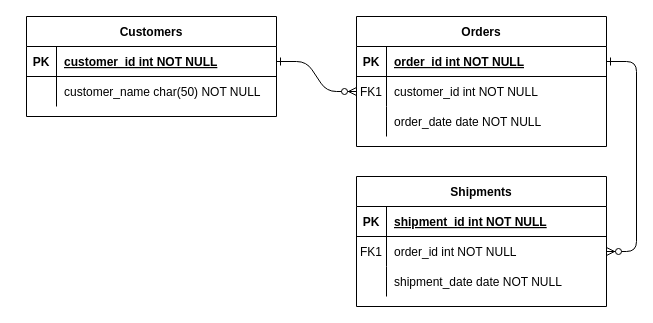
The draw.io diagram Diagram zonder titel.drawio in diederiknl/Waterboarding, before the edit. Source tidied: cells renumbered, new cells numbered last; positions are measured from the earlier drawing's top-left corner, leaving out a move shared by most shapes. Both pictures are drawn from the tidied source at 100%, with x=0, y=0 at pixel (26, 16).
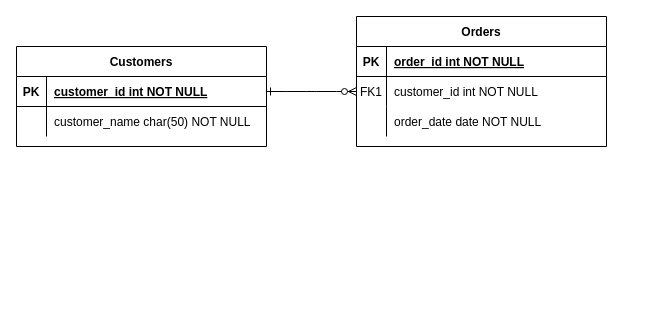
The same diagram, later.

The change refers to these unchanged cells:
```xml
<mxCell id="5" style="shape=partialRectangle;fillColor=none;points=[[0,0.5],[1,0.5]];portConstraint=eastwest;top=0;left=0;right=0;bottom=1;" parent="4" vertex="1">
  <mxGeometry y="30" width="250" height="30" as="geometry" />
</mxCell>
```

The edit, as a diff of the source:
```diff
@@
-    <mxCell id="3" style="edgeStyle=entityRelationEdgeStyle;endArrow=ERzeroToMany;startArrow=ERone;endFill=1;startFill=0;" parent="1" edge="1" source="5" target="18">
-      <mxGeometry relative="1" as="geometry" />
-    </mxCell>
@@
-    <mxCell id="14" value="Shipments" style="shape=table;startSize=30;childLayout=tableLayout;rowLines=0;fontStyle=1;align=center;" parent="1" vertex="1">
-      <mxGeometry x="330" y="160" width="250" height="130" as="geometry" />
-    </mxCell>
-    <mxCell id="15" style="shape=partialRectangle;fillColor=none;top=0;left=0;right=0;bottom=1;" parent="14" vertex="1">
-      <mxGeometry y="30" width="250" height="30" as="geometry" />
-    </mxCell>
-    <mxCell id="16" value="PK" style="shape=partialRectangle;overflow=hidden;fillColor=none;top=0;left=0;bottom=0;right=0;fontStyle=1;" parent="15" vertex="1">
-      <mxGeometry width="30" height="30" as="geometry" />
-    </mxCell>
-    <mxCell id="17" value="shipment_id int NOT NULL " style="shape=partialRectangle;overflow=hidden;fillColor=none;top=0;left=0;bottom=0;right=0;align=left;spacingLeft=6;fontStyle=5;" parent="15" vertex="1">
-      <mxGeometry x="30" width="220" height="30" as="geometry" />
-    </mxCell>
-    <mxCell id="18" style="shape=partialRectangle;fillColor=none;points=[[0,0.5],[1,0.5]];portConstraint=eastwest;top=0;left=0;right=0;bottom=0;" parent="14" vertex="1">
-      <mxGeometry y="60" width="250" height="30" as="geometry" />
-    </mxCell>
-    <mxCell id="19" value="FK1" style="shape=partialRectangle;overflow=hidden;fillColor=none;top=0;left=0;bottom=0;right=0;" parent="18" vertex="1">
-      <mxGeometry width="30" height="30" as="geometry" />
-    </mxCell>
-    <mxCell id="20" value="order_id int NOT NULL" style="shape=partialRectangle;overflow=hidden;fillColor=none;top=0;left=0;bottom=0;right=0;align=left;spacingLeft=6;" parent="18" vertex="1">
-      <mxGeometry x="30" width="220" height="30" as="geometry" />
-    </mxCell>
-    <mxCell id="21" style="shape=partialRectangle;fillColor=none;top=0;left=0;right=0;bottom=0;" parent="14" vertex="1">
-      <mxGeometry y="90" width="250" height="30" as="geometry" />
-    </mxCell>
-    <mxCell id="22" style="shape=partialRectangle;overflow=hidden;fillColor=none;top=0;left=0;bottom=0;right=0;" parent="21" vertex="1">
-      <mxGeometry width="30" height="30" as="geometry" />
-    </mxCell>
-    <mxCell id="23" value="shipment_date date NOT NULL" style="shape=partialRectangle;overflow=hidden;fillColor=none;top=0;left=0;bottom=0;right=0;align=left;spacingLeft=6;" parent="21" vertex="1">
-      <mxGeometry x="30" width="220" height="30" as="geometry" />
-    </mxCell>
     <mxCell id="24" value="Customers" style="shape=table;startSize=30;childLayout=tableLayout;rowLines=0;fontStyle=1;align=center;" parent="1" vertex="1">
-      <mxGeometry width="250" height="100" as="geometry" />
+      <mxGeometry x="-10" y="30" width="250" height="100" as="geometry" />
     </mxCell>
```
